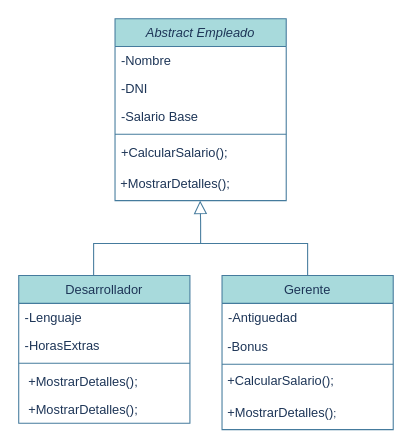
Earlier version of the draw.io diagram src/Programacion2024/DiagramaEmpleado.drawio (BraianGzz/Progr2024). Source tidied: cells renumbered, new cells numbered last; positions are measured from the earlier drawing's top-left corner, leaving out a move shared by most shapes. Both pictures are drawn from the tidied source at 107%, with x=0, y=0 at pixel (18, 18).
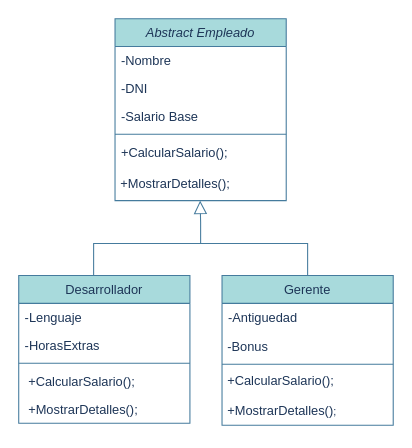
After the change.

The change refers to these unchanged cells:
```xml
<mxCell id="10" value="Desarrollador" style="swimlane;fontStyle=0;align=center;verticalAlign=top;horizontal=1;startSize=26;rounded=0;shadow=0;strokeWidth=1;labelBackgroundColor=none;fillColor=#A8DADC;strokeColor=#457B9D;fontColor=#1D3557;" parent="1" vertex="1">
  <mxGeometry y="240" width="160" height="138" as="geometry" />
</mxCell>
```

What changed in the source:
```diff
@@
-    <mxCell id="14" value=" +MostrarDetalles();" style="text;align=left;verticalAlign=top;spacingLeft=4;spacingRight=4;overflow=hidden;fontStyle=0;labelBackgroundColor=none;fontColor=#1D3557;" parent="10" vertex="1">
+    <mxCell id="14" value=" +CalcularSalario();" style="text;align=left;verticalAlign=top;spacingLeft=4;spacingRight=4;overflow=hidden;fontStyle=0;labelBackgroundColor=none;fontColor=#1D3557;" parent="10" vertex="1">
       <mxGeometry y="86" width="160" height="26" as="geometry" />
     </mxCell>
@@
     <mxCell id="17" value="Gerente" style="swimlane;fontStyle=0;align=center;verticalAlign=top;horizontal=1;startSize=26;rounded=0;shadow=0;strokeWidth=1;labelBackgroundColor=none;fillColor=#A8DADC;strokeColor=#457B9D;fontColor=#1D3557;" parent="1" vertex="1">
-      <mxGeometry x="190" y="240" width="160" height="144" as="geometry" />
+      <mxGeometry x="190" y="240" width="160" height="140" as="geometry" />
     </mxCell>
@@
     <mxCell id="22" value="&amp;nbsp;+MostrarDetalles()&lt;span style=&quot;font-size: 10px;&quot;&gt;;&lt;/span&gt;" style="text;html=1;align=left;verticalAlign=middle;whiteSpace=wrap;rounded=0;fontColor=#1D3557;" parent="17" vertex="1">
-      <mxGeometry y="114" width="160" height="30" as="geometry" />
+      <mxGeometry y="114" width="160" height="26" as="geometry" />
     </mxCell>
```
